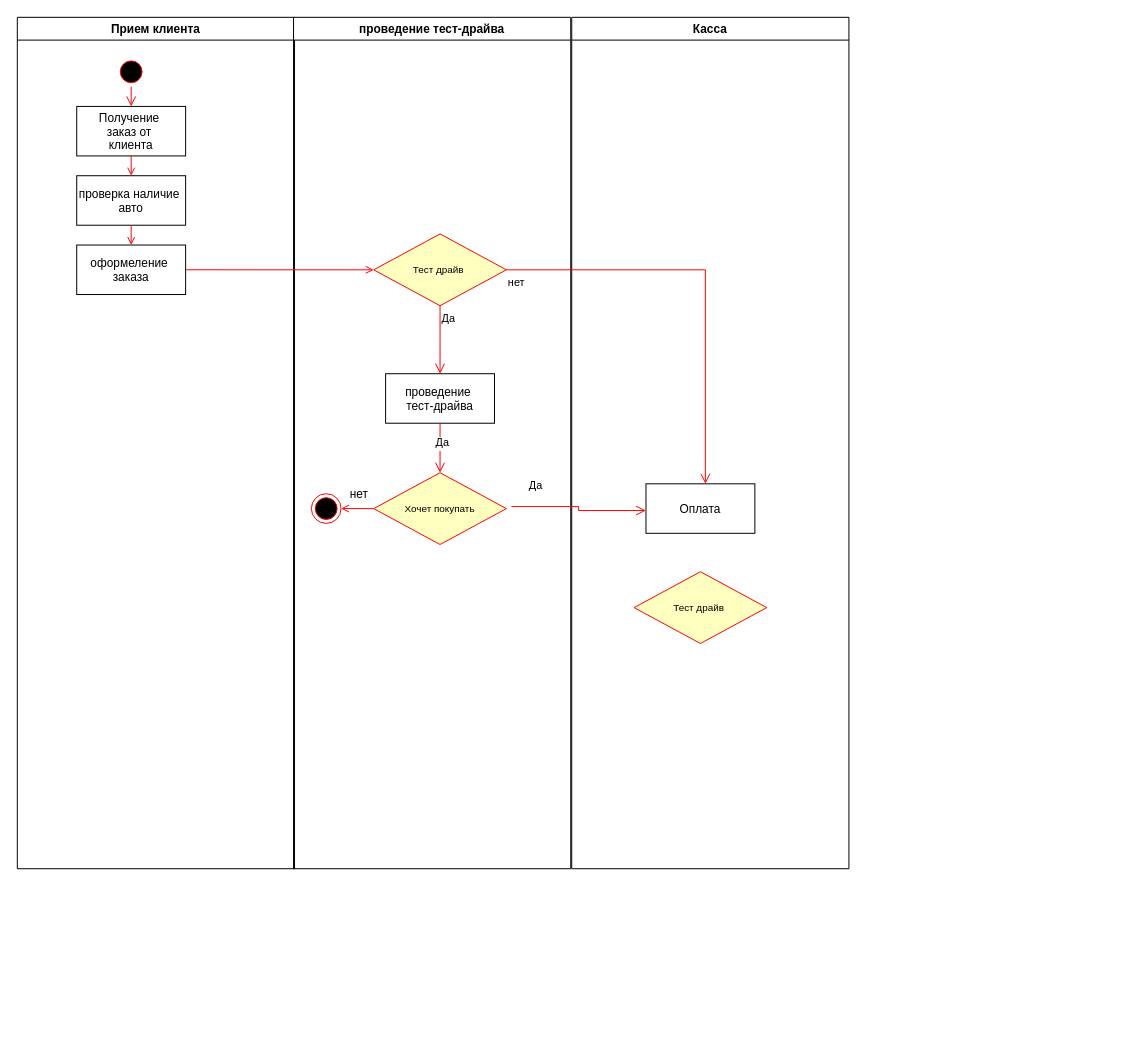
Above: page "Page-1" (1 of 2) of akmis_6th_diagram_activity.drawio in mati-tech/draw.io (draw.io), before the change. Source tidied: cells renumbered, new cells numbered last; positions are measured from the earlier drawing's top-left corner, leaving out a move shared by most shapes. Both pictures are drawn from the tidied source at 99%, with x=0, y=0 at pixel (17, 17).
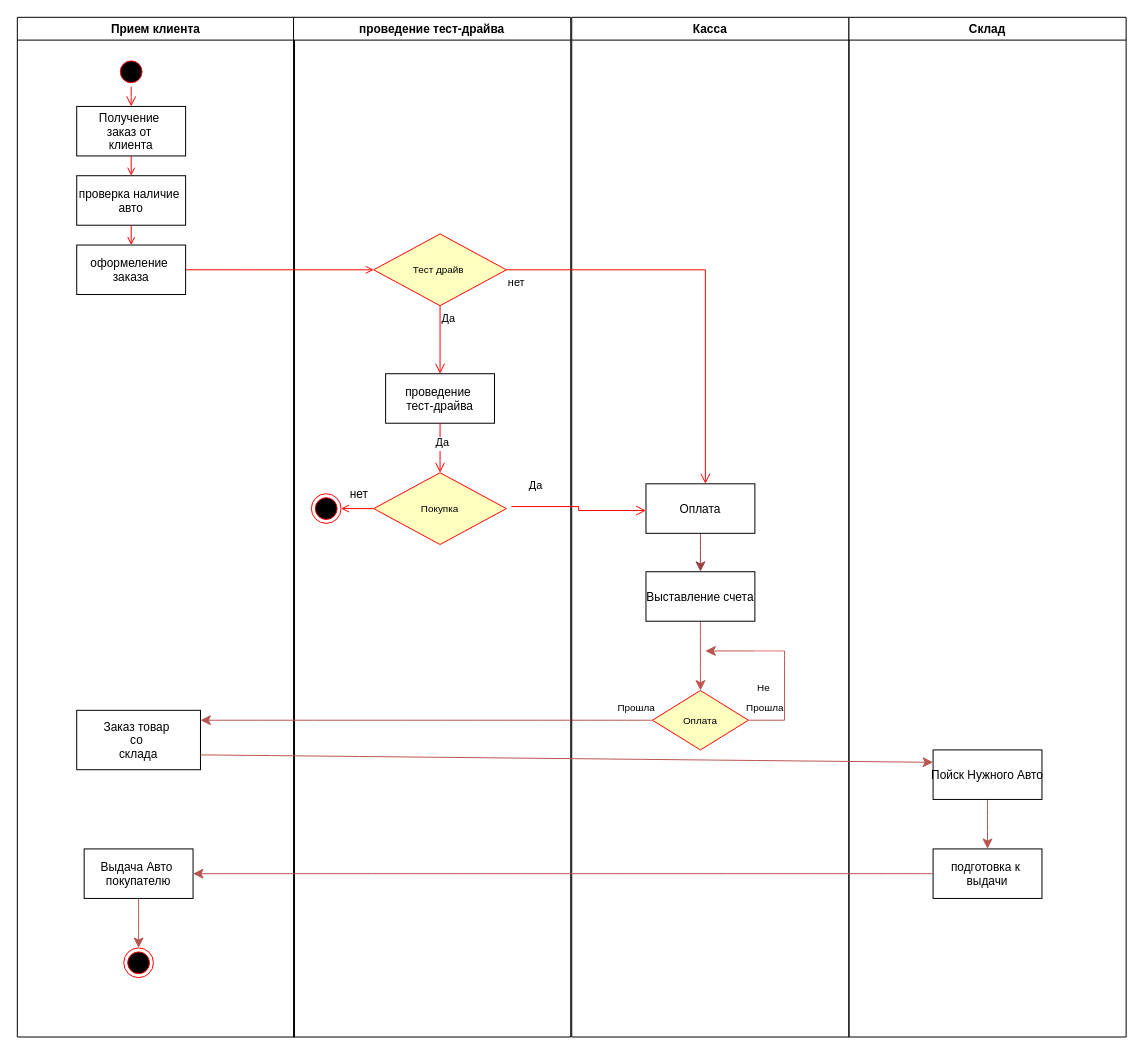
The same diagram, later.

The change refers to these unchanged cells:
```xml
<mxCell id="20" value="Оплата" parent="19" vertex="1">
  <mxGeometry x="75" y="471.2" width="110" height="50" as="geometry" />
</mxCell>
```

What changed in the source:
```diff
@@
     <mxCell id="2" value="Прием клиента" style="swimlane;whiteSpace=wrap;" parent="1" vertex="1">
-      <mxGeometry width="280" height="860" as="geometry" />
+      <mxGeometry width="280" height="1030" as="geometry" />
     </mxCell>
@@
+    <mxCell id="25" value="Заказ товар &#10;со &#10;склада" parent="2" vertex="1">
+      <mxGeometry x="60" y="700" width="125" height="60" as="geometry" />
+    </mxCell>
+    <mxCell id="26" style="edgeStyle=none;curved=1;rounded=0;jettySize=auto;html=1;entryX=0.5;entryY=0;entryDx=0;entryDy=0;fontSize=12;startSize=8;endSize=8;fillColor=#f8cecc;strokeColor=#b85450;" parent="2" edge="1" source="27" target="28">
+      <mxGeometry relative="1" as="geometry" />
+    </mxCell>
+    <mxCell id="27" value="Выдача Авто &#10;покупателю" parent="2" vertex="1">
+      <mxGeometry x="67.5" y="840" width="110" height="50" as="geometry" />
+    </mxCell>
+    <mxCell id="28" style="ellipse;shape=endState;fillColor=#000000;strokeColor=#ff0000;" parent="2" vertex="1">
+      <mxGeometry x="107.5" y="940" width="30" height="30" as="geometry" />
+    </mxCell>
     <mxCell id="10" value="проведение тест-драйва" style="swimlane;whiteSpace=wrap;" parent="1" vertex="1">
-      <mxGeometry x="279" width="280" height="860" as="geometry" />
+      <mxGeometry x="279" width="280" height="1030" as="geometry" />
     </mxCell>
@@
-    <mxCell id="14" value="Хочет покупать" style="rhombus;fillColor=#ffffc0;strokeColor=#ff0000;fontSize=10;" parent="10" vertex="1">
+    <mxCell id="14" value="Покупка" style="rhombus;fillColor=#ffffc0;strokeColor=#ff0000;fontSize=10;" parent="10" vertex="1">
       <mxGeometry x="81" y="460" width="134" height="72.5" as="geometry" />
     </mxCell>
@@
+    <mxCell id="29" style="edgeStyle=none;curved=1;rounded=0;jettySize=auto;html=1;fontSize=12;startSize=8;endSize=8;exitX=0;exitY=0.5;exitDx=0;exitDy=0;fillColor=#f8cecc;strokeColor=#b85450;" parent="10" edge="1" source="22">
+      <mxGeometry relative="1" as="geometry">
+        <mxPoint x="-94" y="710" as="targetPoint" />
+      </mxGeometry>
+    </mxCell>
     <mxCell id="19" value="Касса" style="swimlane;whiteSpace=wrap;startSize=23;" parent="1" vertex="1">
-      <mxGeometry x="560" width="280" height="860" as="geometry" />
+      <mxGeometry x="560" width="280" height="1030" as="geometry" />
     </mxCell>
+    <mxCell id="30" style="edgeStyle=none;curved=1;rounded=0;jettySize=auto;html=1;fontSize=12;startSize=8;endSize=8;strokeColor=#c35454;exitX=0.5;exitY=1;exitDx=0;exitDy=0;" parent="19" edge="1" source="33" target="22">
+      <mxGeometry relative="1" as="geometry" />
+    </mxCell>
+    <mxCell id="31" style="edgeStyle=none;curved=1;rounded=0;jettySize=auto;html=1;fontSize=12;startSize=8;endSize=8;strokeColor=#994343;" parent="19" edge="1" source="20" target="33">
+      <mxGeometry relative="1" as="geometry" />
+    </mxCell>
@@
+    <mxCell id="32" style="edgeStyle=none;curved=1;rounded=0;orthogonalLoop=1;jettySize=auto;html=1;fontSize=12;startSize=8;endSize=8;fillColor=#f8cecc;strokeColor=#b85450;" parent="19" edge="1">
+      <mxGeometry relative="1" as="geometry">
+        <mxPoint x="185" y="640" as="sourcePoint" />
+        <mxPoint x="135" y="640" as="targetPoint" />
+      </mxGeometry>
+    </mxCell>
-    <mxCell id="22" value="Тест драйв " style="rhombus;fillColor=#ffffc0;strokeColor=#ff0000;fontSize=10;" parent="19" vertex="1">
-      <mxGeometry x="63" y="560" width="134" height="72.5" as="geometry" />
+    <mxCell id="22" value="Оплата" style="rhombus;fillColor=#ffffc0;strokeColor=#ff0000;fontSize=10;" parent="19" vertex="1">
+      <mxGeometry x="81.5" y="680" width="97" height="60" as="geometry" />
     </mxCell>
+    <mxCell id="33" value="Выставление счета" parent="19" vertex="1">
+      <mxGeometry x="75" y="560" width="110" height="50" as="geometry" />
+    </mxCell>
+    <mxCell id="34" style="endArrow=none;html=1;rounded=0;fontSize=12;startSize=8;endSize=8;curved=1;exitX=1;exitY=0.5;exitDx=0;exitDy=0;fillColor=#f8cecc;strokeColor=#b85450;" parent="19" edge="1" source="22">
+      <mxGeometry relative="1" as="geometry">
+        <mxPoint x="215" y="710" as="targetPoint" />
+      </mxGeometry>
+    </mxCell>
+    <mxCell id="35" style="endArrow=none;html=1;rounded=0;fontSize=12;startSize=8;endSize=8;curved=1;exitX=1;exitY=0.5;exitDx=0;exitDy=0;strokeColor=#dd7373;" parent="19" edge="1">
+      <mxGeometry relative="1" as="geometry">
+        <mxPoint x="185" y="640" as="sourcePoint" />
+        <mxPoint x="215" y="640" as="targetPoint" />
+      </mxGeometry>
+    </mxCell>
+    <mxCell id="36" style="endArrow=none;html=1;rounded=0;fontSize=12;startSize=8;endSize=8;curved=1;fillColor=#f8cecc;strokeColor=#b85450;" parent="19" edge="1">
+      <mxGeometry relative="1" as="geometry">
+        <mxPoint x="215" y="640" as="sourcePoint" />
+        <mxPoint x="215" y="710" as="targetPoint" />
+      </mxGeometry>
+    </mxCell>
+    <mxCell id="37" value="&lt;font style=&quot;font-size: 10px;&quot;&gt;Не&amp;nbsp;&lt;/font&gt;&lt;div&gt;&lt;font style=&quot;font-size: 10px;&quot;&gt;Прошла&lt;/font&gt;&lt;/div&gt;" style="text;html=1;align=center;verticalAlign=middle;fontSize=16;" parent="19" vertex="1">
+      <mxGeometry x="165" y="660" width="60" height="50" as="geometry" />
+    </mxCell>
+    <mxCell id="38" value="&lt;font style=&quot;font-size: 10px;&quot;&gt;Прошла&lt;/font&gt;" style="text;html=1;align=center;verticalAlign=middle;strokeColor=none;fillColor=none;fontSize=16;" parent="19" vertex="1">
+      <mxGeometry x="35" y="680" width="60" height="30" as="geometry" />
+    </mxCell>
@@
+    <mxCell id="39" value="Склад" style="swimlane;whiteSpace=wrap;startSize=23;" parent="1" vertex="1">
+      <mxGeometry x="840" width="280" height="1030" as="geometry" />
+    </mxCell>
+    <mxCell id="40" style="edgeStyle=none;curved=1;rounded=0;jettySize=auto;html=1;entryX=0.5;entryY=0;entryDx=0;entryDy=0;fontSize=12;startSize=8;endSize=8;fillColor=#f8cecc;strokeColor=#b85450;" parent="39" edge="1" source="41" target="42">
+      <mxGeometry relative="1" as="geometry" />
+    </mxCell>
+    <mxCell id="41" value="Пойск Нужного Авто" parent="39" vertex="1">
+      <mxGeometry x="85" y="740" width="110" height="50" as="geometry" />
+    </mxCell>
+    <mxCell id="42" value="подготовка к &#10;выдачи" parent="39" vertex="1">
+      <mxGeometry x="85" y="840" width="110" height="50" as="geometry" />
+    </mxCell>
+    <mxCell id="43" style="edgeStyle=none;curved=1;rounded=0;jettySize=auto;html=1;entryX=0;entryY=0.25;entryDx=0;entryDy=0;fontSize=12;startSize=8;endSize=8;exitX=1;exitY=0.75;exitDx=0;exitDy=0;fillColor=#f8cecc;strokeColor=#b85450;" parent="1" edge="1" source="25" target="41">
+      <mxGeometry relative="1" as="geometry" />
+    </mxCell>
+    <mxCell id="44" style="edgeStyle=none;curved=1;rounded=0;jettySize=auto;html=1;entryX=1;entryY=0.5;entryDx=0;entryDy=0;fontSize=12;startSize=8;endSize=8;fillColor=#f8cecc;strokeColor=#b85450;" parent="1" edge="1" source="42" target="27">
+      <mxGeometry relative="1" as="geometry" />
+    </mxCell>
```
